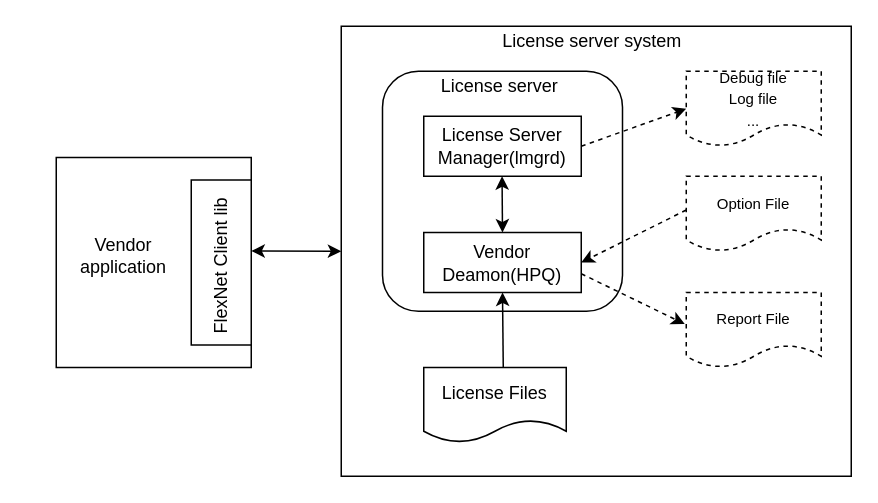
The draw.io diagram page "ClientSide_whole_arch" (1 of 2) of FlexNet/FlexNet.drawio in zhangwm1987/mydraw_io, before the edit. Source tidied: cells renumbered, new cells numbered last; positions are measured from the earlier drawing's top-left corner, leaving out a move shared by most shapes. Both pictures are drawn from the tidied source at 150%, with x=0, y=0 at pixel (56, 26).
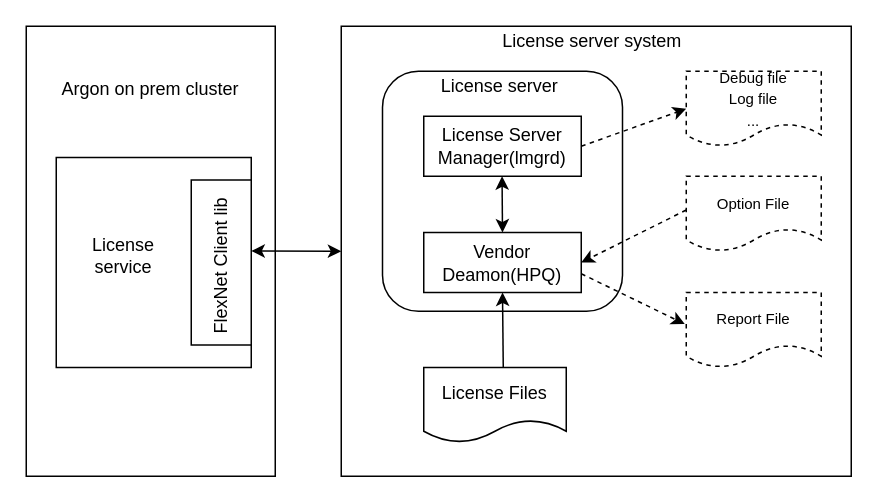
Above is the later version.

Diff of the diagram source:
```diff
@@
+    <mxCell id="22" value="Argon on prem cluster&lt;br&gt;&lt;br&gt;&lt;br&gt;&lt;br&gt;&lt;br&gt;&lt;br&gt;&lt;br&gt;&lt;br&gt;&lt;br&gt;&lt;br&gt;&lt;br&gt;&lt;br&gt;&lt;br&gt;&lt;br&gt;&lt;br&gt;&lt;br&gt;" style="rounded=0;whiteSpace=wrap;html=1;" parent="1" vertex="1">
+      <mxGeometry x="-20" width="166" height="300" as="geometry" />
+    </mxCell>
@@
-    <mxCell id="3" value="Vendor application" style="text;html=1;strokeColor=none;fillColor=none;align=center;verticalAlign=middle;whiteSpace=wrap;rounded=0;rotation=0;" parent="1" vertex="1">
+    <mxCell id="3" value="License service" style="text;html=1;strokeColor=none;fillColor=none;align=center;verticalAlign=middle;whiteSpace=wrap;rounded=0;rotation=0;" parent="1" vertex="1">
       <mxGeometry x="10" y="112.5" width="70" height="80" as="geometry" />
     </mxCell>
```
